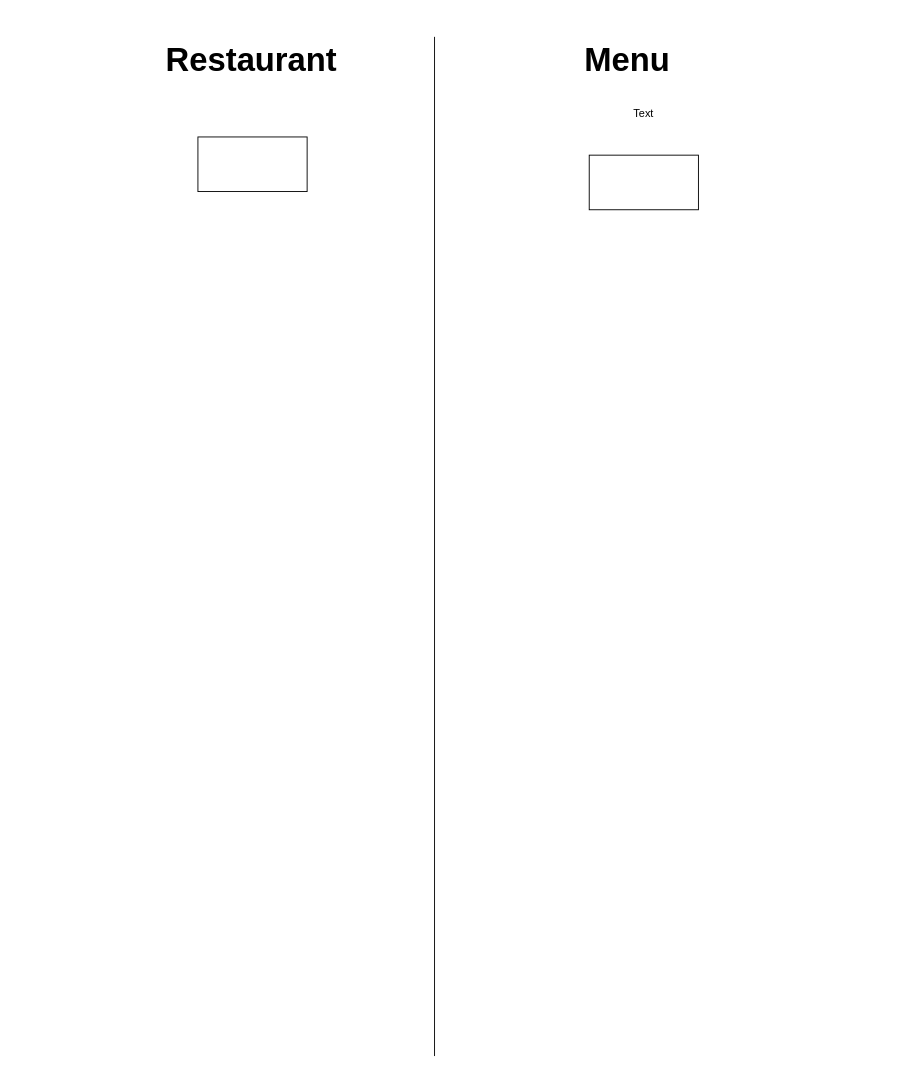
Before: page "UI (Restaurant mangement)" (3 of 7) of docs/model+ui+endpoints.drawio in Uber-Summer-Practice-Sofia-2022/uber-summer-practice-docs-faq, a draw.io diagram. Source tidied: cells renumbered, new cells numbered last; positions are measured from the earlier drawing's top-left corner, leaving out a move shared by most shapes. Both pictures are drawn from the tidied source at 91%, with x=0, y=0 at pixel (161, 27).
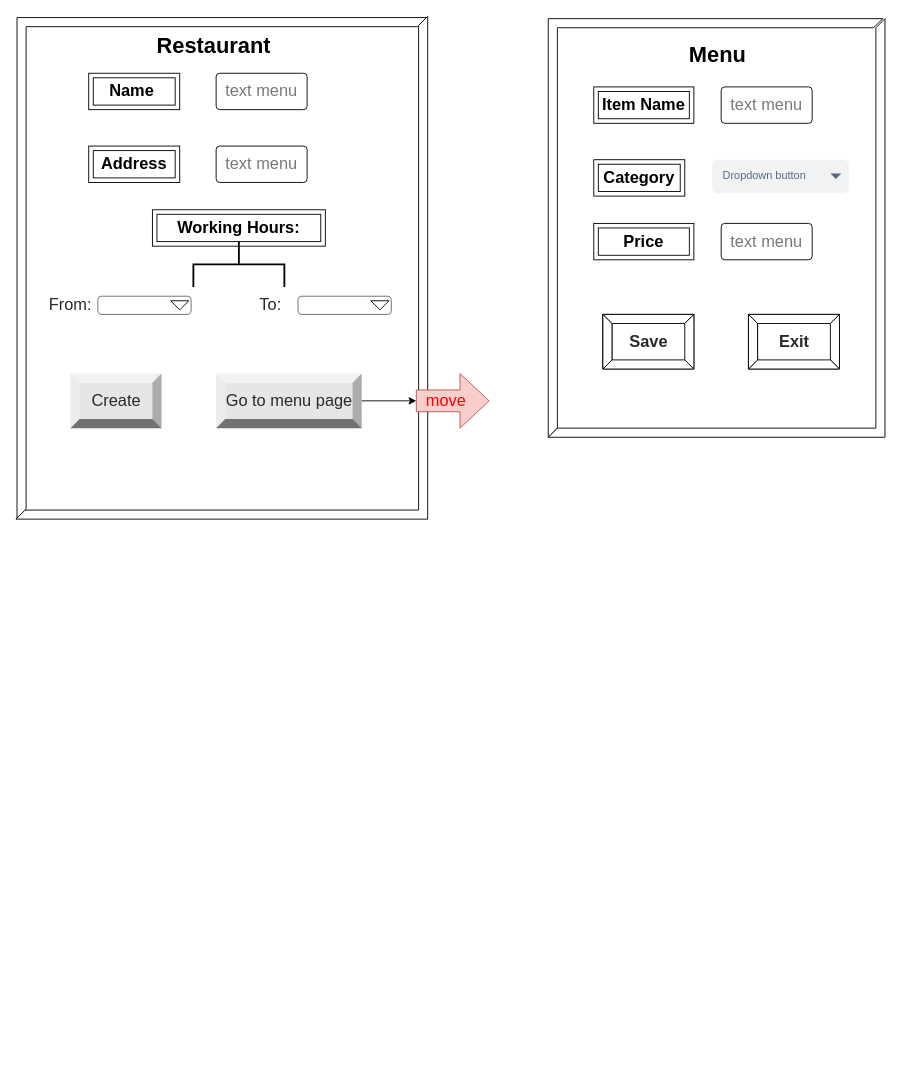
Above is the later version.

Diff of the diagram source:
```diff
@@
-    <mxCell id="2" style="endArrow=none;html=1;rounded=0;" parent="1" edge="1">
-      <mxGeometry relative="1" as="geometry">
-        <mxPoint x="300" y="1130" as="sourcePoint" />
-        <mxPoint x="300" y="10" as="targetPoint" />
-      </mxGeometry>
-    </mxCell>
-    <mxCell id="3" value="&lt;h1&gt;Restaurant&lt;/h1&gt;" style="text;html=1;strokeColor=none;fillColor=none;spacing=5;spacingTop=-20;whiteSpace=wrap;overflow=hidden;rounded=0;fontSize=18;" parent="1" vertex="1">
-      <mxGeometry width="210" height="120" as="geometry" />
+    <mxCell id="3" value="&lt;h1&gt;Restaurant&lt;/h1&gt;" style="text;html=1;strokeColor=none;fillColor=none;spacing=5;spacingTop=-20;whiteSpace=wrap;overflow=hidden;rounded=0;" parent="1" vertex="1">
+      <mxGeometry x="-10" width="190" height="120" as="geometry" />
     </mxCell>
-    <mxCell id="4" value="&lt;h1&gt;&lt;span style=&quot;background-color: initial;&quot;&gt;Menu&lt;/span&gt;&lt;br&gt;&lt;/h1&gt;" style="text;html=1;strokeColor=none;fillColor=none;spacing=5;spacingTop=-20;whiteSpace=wrap;overflow=hidden;rounded=0;fontSize=18;" parent="1" vertex="1">
-      <mxGeometry x="460" width="190" height="120" as="geometry" />
+    <mxCell id="4" value="&lt;h1&gt;Menu&lt;/h1&gt;" style="text;html=1;strokeColor=none;fillColor=none;spacing=5;spacingTop=-20;whiteSpace=wrap;overflow=hidden;rounded=0;" parent="1" vertex="1">
+      <mxGeometry x="575" y="10" width="190" height="120" as="geometry" />
     </mxCell>
-    <mxCell id="5" style="rounded=0;whiteSpace=wrap;html=1;fontSize=18;" parent="1" vertex="1">
-      <mxGeometry x="40" y="120" width="120" height="60" as="geometry" />
-    </mxCell>
-    <mxCell id="6" style="rounded=0;whiteSpace=wrap;html=1;" parent="1" vertex="1">
-      <mxGeometry x="470" y="140" width="120" height="60" as="geometry" />
-    </mxCell>
-    <mxCell id="7" value="Text" style="text;html=1;strokeColor=none;fillColor=none;align=center;verticalAlign=middle;whiteSpace=wrap;rounded=0;" parent="1" vertex="1">
-      <mxGeometry x="500" y="80" width="60" height="30" as="geometry" />
-    </mxCell>
+    <mxCell id="8" value="&lt;b&gt;&lt;font style=&quot;font-size: 18px;&quot;&gt;Name&amp;nbsp;&lt;/font&gt;&lt;/b&gt;" style="shape=ext;margin=3;double=1;whiteSpace=wrap;html=1;align=center;" parent="1" vertex="1">
+      <mxGeometry x="-80" y="50" width="100" height="40" as="geometry" />
+    </mxCell>
+    <mxCell id="9" value="&lt;font color=&quot;#787878&quot;&gt;text menu&lt;/font&gt;" style="rounded=1;arcSize=10;whiteSpace=wrap;html=1;align=center;fontSize=18;" parent="1" vertex="1">
+      <mxGeometry x="60" y="50" width="100" height="40" as="geometry" />
+    </mxCell>
+    <mxCell id="10" value="&lt;b&gt;&lt;font style=&quot;font-size: 18px;&quot;&gt;Address&lt;/font&gt;&lt;/b&gt;" style="shape=ext;margin=3;double=1;whiteSpace=wrap;html=1;align=center;" parent="1" vertex="1">
+      <mxGeometry x="-80" y="130" width="100" height="40" as="geometry" />
+    </mxCell>
+    <mxCell id="11" value="&lt;font color=&quot;#787878&quot;&gt;text menu&lt;/font&gt;" style="rounded=1;arcSize=10;whiteSpace=wrap;html=1;align=center;fontSize=18;" parent="1" vertex="1">
+      <mxGeometry x="60" y="130" width="100" height="40" as="geometry" />
+    </mxCell>
+    <mxCell id="12" value="&lt;b&gt;&lt;font style=&quot;font-size: 18px;&quot;&gt;Working Hours:&lt;/font&gt;&lt;/b&gt;" style="shape=ext;margin=3;double=1;whiteSpace=wrap;html=1;align=center;" parent="1" vertex="1">
+      <mxGeometry x="-10" y="200" width="190" height="40" as="geometry" />
+    </mxCell>
+    <mxCell id="13" style="strokeWidth=2;html=1;shape=mxgraph.flowchart.annotation_2;align=left;labelPosition=right;fontSize=18;fontColor=#292929;rotation=90;" parent="1" vertex="1">
+      <mxGeometry x="60" y="210" width="50" height="100" as="geometry" />
+    </mxCell>
+    <mxCell id="14" value="&lt;b&gt;&lt;font style=&quot;font-size: 18px;&quot;&gt;Item Name&lt;/font&gt;&lt;/b&gt;" style="shape=ext;margin=3;double=1;whiteSpace=wrap;html=1;align=center;" parent="1" vertex="1">
+      <mxGeometry x="475" y="65" width="110" height="40" as="geometry" />
+    </mxCell>
+    <mxCell id="15" value="&lt;font color=&quot;#787878&quot;&gt;text menu&lt;/font&gt;" style="rounded=1;arcSize=10;whiteSpace=wrap;html=1;align=center;fontSize=18;" parent="1" vertex="1">
+      <mxGeometry x="615" y="65" width="100" height="40" as="geometry" />
+    </mxCell>
+    <mxCell id="16" value="&lt;b&gt;&lt;font style=&quot;font-size: 18px;&quot;&gt;Category&lt;/font&gt;&lt;/b&gt;" style="shape=ext;margin=3;double=1;whiteSpace=wrap;html=1;align=center;" parent="1" vertex="1">
+      <mxGeometry x="475" y="145" width="100" height="40" as="geometry" />
+    </mxCell>
+    <mxCell id="17" value="&lt;font color=&quot;#292929&quot;&gt;&lt;b&gt;Save&lt;/b&gt;&lt;/font&gt;" style="labelPosition=center;verticalLabelPosition=middle;align=center;html=1;shape=mxgraph.basic.button;dx=10;fontSize=18;fontColor=#787878;" parent="1" vertex="1">
+      <mxGeometry x="485" y="315" width="100" height="60" as="geometry" />
+    </mxCell>
+    <mxCell id="18" value="Dropdown button" style="rounded=1;fillColor=#F1F2F4;strokeColor=none;html=1;fontColor=#596780;align=left;fontSize=12;spacingLeft=10;sketch=0;" parent="1" vertex="1">
+      <mxGeometry x="605" y="145" width="150" height="36.5" as="geometry" />
+    </mxCell>
+    <mxCell id="19" style="shape=triangle;direction=south;fillColor=#596780;strokeColor=none;html=1;sketch=0;fontSize=18;" parent="18" vertex="1">
+      <mxGeometry x="1" y="0.5" width="12" height="6" relative="1" as="geometry">
+        <mxPoint x="-20" y="-3" as="offset" />
+      </mxGeometry>
+    </mxCell>
+    <mxCell id="20" value="&lt;b&gt;&lt;font style=&quot;font-size: 18px;&quot;&gt;Price&lt;/font&gt;&lt;/b&gt;" style="shape=ext;margin=3;double=1;whiteSpace=wrap;html=1;align=center;" parent="1" vertex="1">
+      <mxGeometry x="475" y="215" width="110" height="40" as="geometry" />
+    </mxCell>
+    <mxCell id="21" value="&lt;font color=&quot;#787878&quot;&gt;text menu&lt;/font&gt;" style="rounded=1;arcSize=10;whiteSpace=wrap;html=1;align=center;fontSize=18;" parent="1" vertex="1">
+      <mxGeometry x="615" y="215" width="100" height="40" as="geometry" />
+    </mxCell>
+    <mxCell id="22" value="&lt;font color=&quot;#292929&quot;&gt;&lt;b&gt;Exit&lt;/b&gt;&lt;/font&gt;" style="labelPosition=center;verticalLabelPosition=middle;align=center;html=1;shape=mxgraph.basic.button;dx=10;fontSize=18;fontColor=#787878;" parent="1" vertex="1">
+      <mxGeometry x="645" y="315" width="100" height="60" as="geometry" />
+    </mxCell>
+    <mxCell id="23" style="verticalLabelPosition=bottom;verticalAlign=top;html=1;shape=mxgraph.basic.frame_corner;dx=10;fontSize=18;fontColor=#292929;" parent="1" vertex="1">
+      <mxGeometry x="-158.8" y="-11.2" width="450" height="550" as="geometry" />
+    </mxCell>
+    <mxCell id="24" style="verticalLabelPosition=bottom;verticalAlign=top;html=1;shape=mxgraph.basic.frame_corner;dx=10;fontSize=18;fontColor=#292929;rotation=90;direction=south;" parent="1" vertex="1">
+      <mxGeometry x="-210" y="37.5" width="552.5" height="452.5" as="geometry" />
+    </mxCell>
+    <mxCell id="25" value="From:" style="text;html=1;strokeColor=none;fillColor=none;align=center;verticalAlign=middle;whiteSpace=wrap;rounded=0;fontSize=18;fontColor=#292929;" parent="1" vertex="1">
+      <mxGeometry x="-130" y="290" width="60" height="30" as="geometry" />
+    </mxCell>
+    <mxCell id="26" value="Create" style="labelPosition=center;verticalLabelPosition=middle;align=center;html=1;shape=mxgraph.basic.shaded_button;dx=10;fillColor=#E6E6E6;strokeColor=none;fontSize=18;fontColor=#292929;" parent="1" vertex="1">
+      <mxGeometry x="-100" y="380" width="100" height="60" as="geometry" />
+    </mxCell>
+    <mxCell id="27" style="html=1;overflow=block;blockSpacing=1;whiteSpace=wrap;fontSize=13;spacing=3.8;strokeColor=#3a414a;strokeOpacity=100;rounded=1;absoluteArcSize=1;arcSize=9;strokeWidth=0.8;" parent="1" vertex="1">
+      <mxGeometry x="-70" y="295" width="102.5" height="20" as="geometry" />
+    </mxCell>
+    <mxCell id="28" style="triangle;whiteSpace=wrap;html=1;fontSize=18;fontColor=#292929;rotation=90;" parent="1" vertex="1">
+      <mxGeometry x="15" y="295" width="10" height="20" as="geometry" />
+    </mxCell>
+    <mxCell id="29" value="To:" style="text;html=1;strokeColor=none;fillColor=none;align=center;verticalAlign=middle;whiteSpace=wrap;rounded=0;fontSize=18;fontColor=#292929;" parent="1" vertex="1">
+      <mxGeometry x="90" y="290" width="60" height="30" as="geometry" />
+    </mxCell>
+    <mxCell id="30" style="html=1;overflow=block;blockSpacing=1;whiteSpace=wrap;fontSize=13;spacing=3.8;strokeColor=#3a414a;strokeOpacity=100;rounded=1;absoluteArcSize=1;arcSize=9;strokeWidth=0.8;" parent="1" vertex="1">
+      <mxGeometry x="150" y="295" width="102.5" height="20" as="geometry" />
+    </mxCell>
+    <mxCell id="31" style="triangle;whiteSpace=wrap;html=1;fontSize=18;fontColor=#292929;rotation=90;" parent="1" vertex="1">
+      <mxGeometry x="235" y="295" width="10" height="20" as="geometry" />
+    </mxCell>
+    <mxCell id="32" style="edgeStyle=orthogonalEdgeStyle;rounded=0;jettySize=auto;html=1;fontSize=18;fontColor=#292929;" parent="1" edge="1" source="33" target="34">
+      <mxGeometry relative="1" as="geometry" />
+    </mxCell>
+    <mxCell id="33" value="Go to menu page" style="labelPosition=center;verticalLabelPosition=middle;align=center;html=1;shape=mxgraph.basic.shaded_button;dx=10;fillColor=#E6E6E6;strokeColor=none;fontSize=18;fontColor=#292929;" parent="1" vertex="1">
+      <mxGeometry x="60" y="380" width="160" height="60" as="geometry" />
+    </mxCell>
+    <mxCell id="34" style="shape=singleArrow;whiteSpace=wrap;html=1;arrowWidth=0.4;arrowSize=0.4;fontSize=18;fillColor=#f8cecc;strokeColor=#b85450;" parent="1" vertex="1">
+      <mxGeometry x="280" y="380" width="80" height="60" as="geometry" />
+    </mxCell>
+    <mxCell id="35" value="&lt;font color=&quot;#ff0000&quot;&gt;move&lt;/font&gt;" style="text;html=1;strokeColor=none;fillColor=none;align=center;verticalAlign=middle;whiteSpace=wrap;rounded=0;fontSize=18;fontColor=#292929;" parent="1" vertex="1">
+      <mxGeometry x="282.5" y="395" width="60" height="30" as="geometry" />
+    </mxCell>
+    <mxCell id="36" style="verticalLabelPosition=bottom;verticalAlign=top;html=1;shape=mxgraph.basic.frame_corner;dx=10;fontSize=18;fontColor=#292929;" parent="1" vertex="1">
+      <mxGeometry x="425" y="-10" width="367.5" height="460" as="geometry" />
+    </mxCell>
+    <mxCell id="37" style="verticalLabelPosition=bottom;verticalAlign=top;html=1;shape=mxgraph.basic.frame_corner;dx=10;fontSize=18;fontColor=#292929;rotation=90;direction=south;" parent="1" vertex="1">
+      <mxGeometry x="380" y="35" width="460" height="370" as="geometry" />
+    </mxCell>
```
